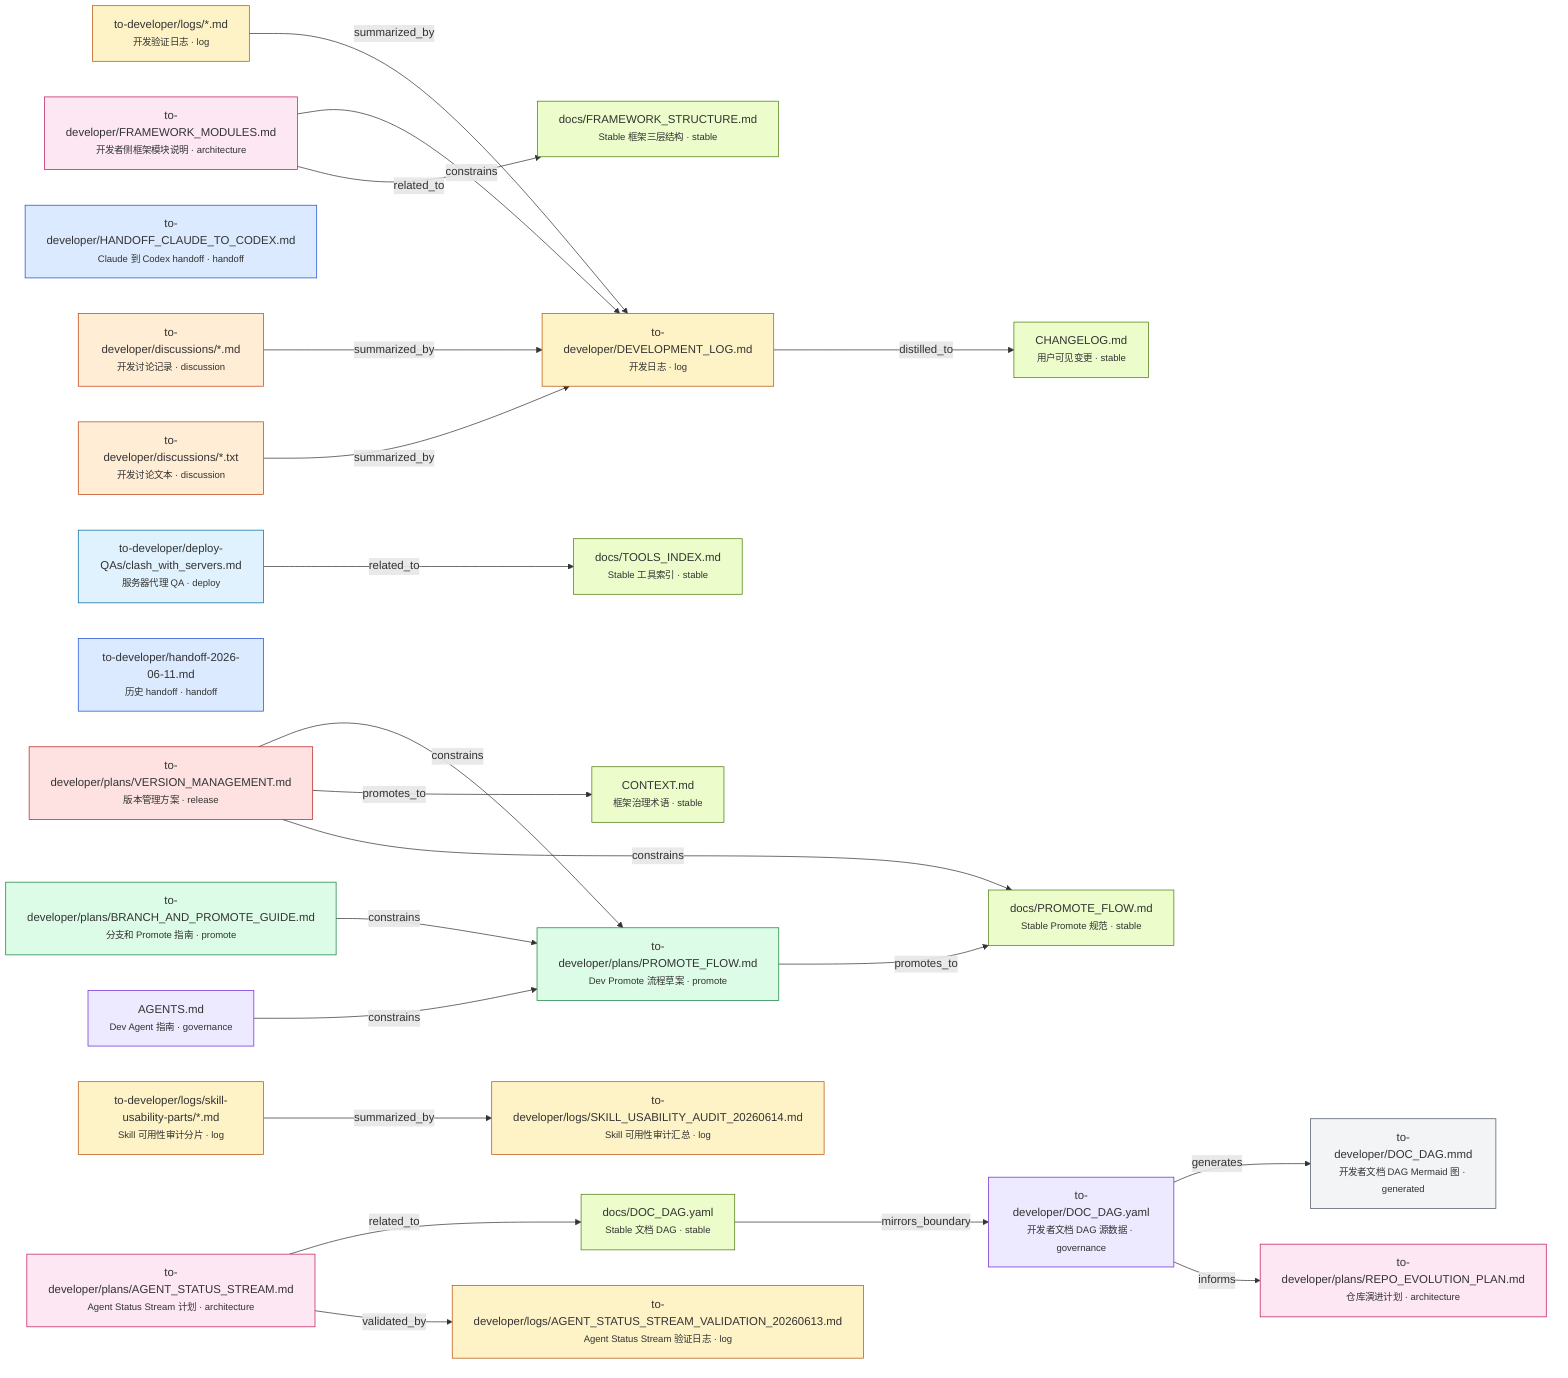
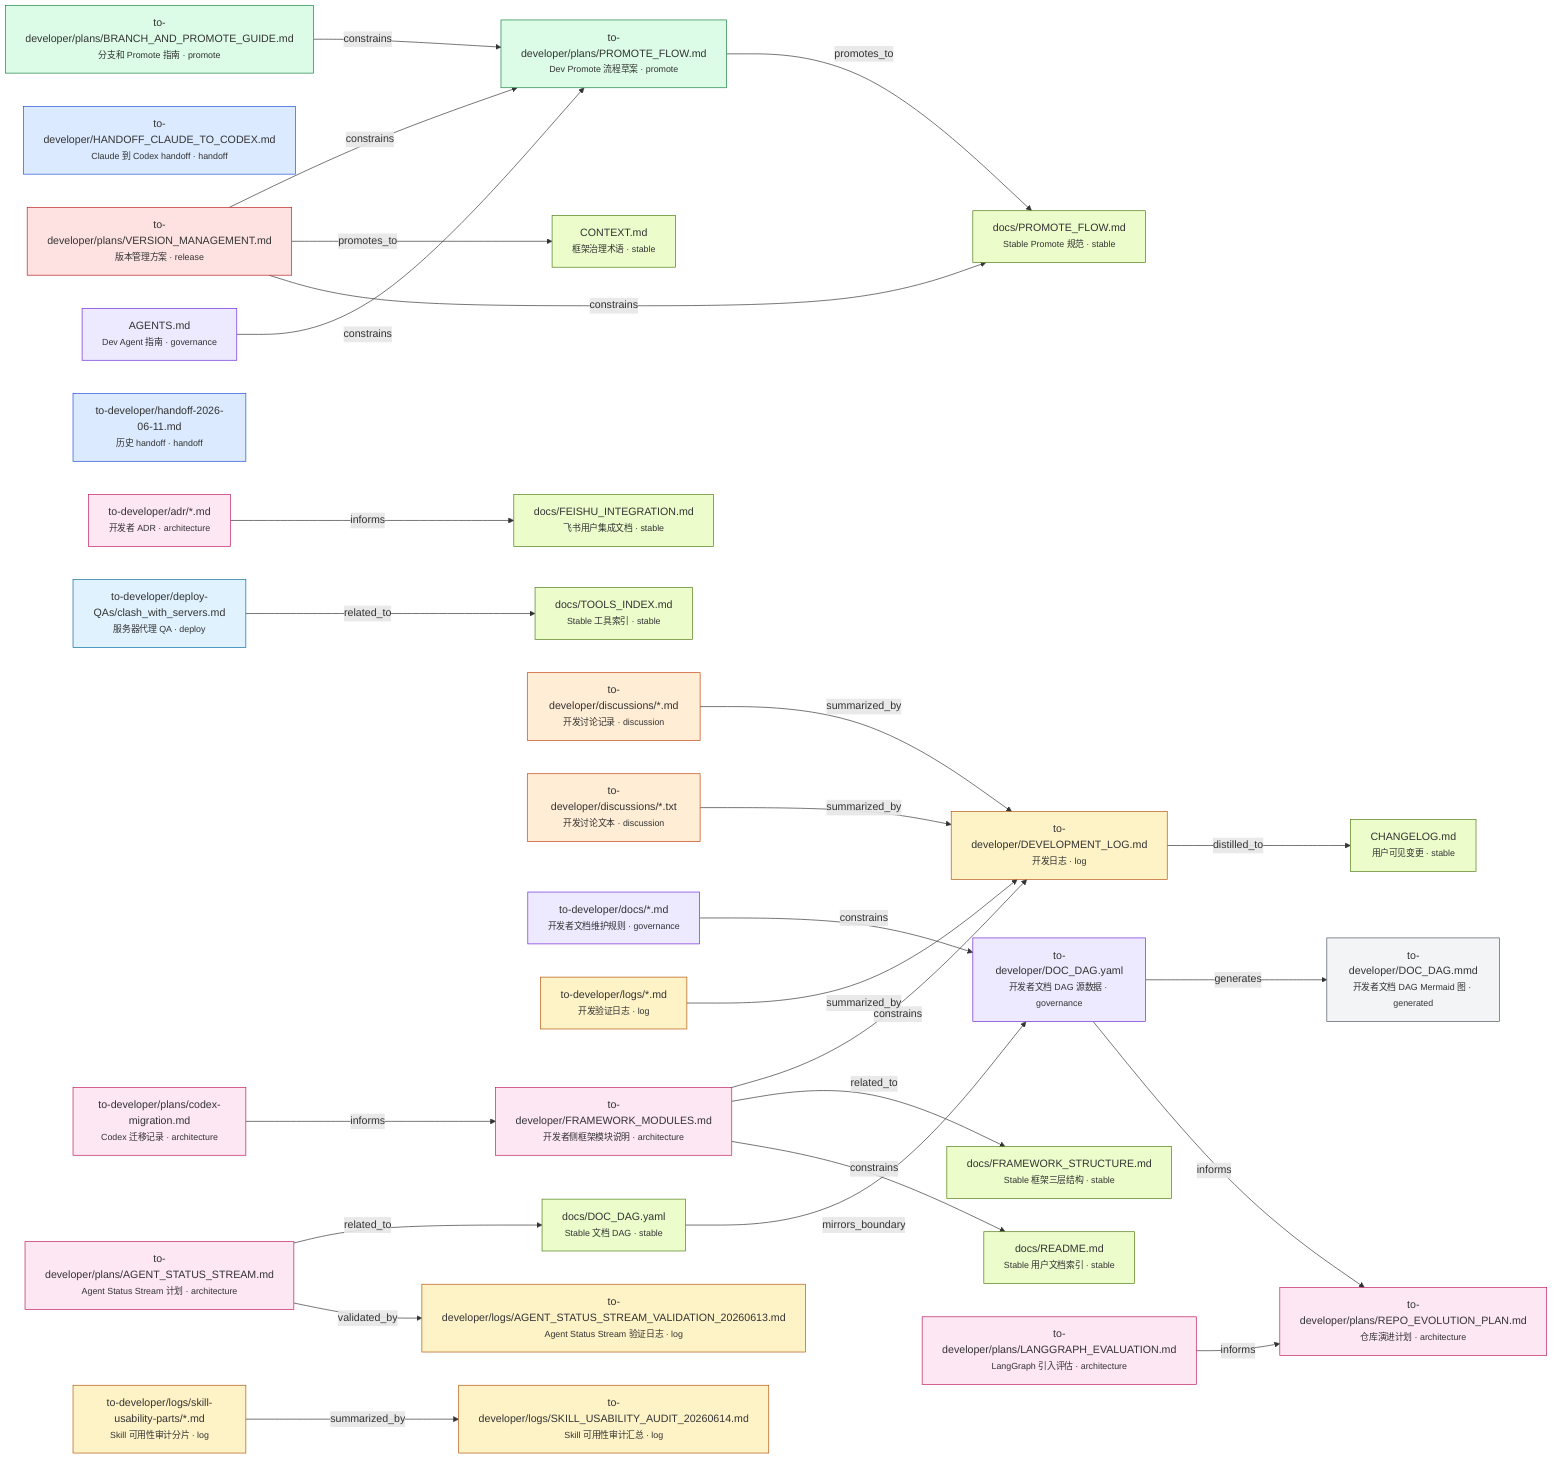
graph LR
    %% Generated from to-developer/DOC_DAG.yaml by tools/update_developer_docs.py
    AGENTS_md["AGENTS.md<br/><small>Dev Agent 指南 · governance</small>"]
    CHANGELOG_md["CHANGELOG.md<br/><small>用户可见变更 · stable</small>"]
    CONTEXT_md["CONTEXT.md<br/><small>框架治理术语 · stable</small>"]
    docs_DOC_DAG_yaml["docs/DOC_DAG.yaml<br/><small>Stable 文档 DAG · stable</small>"]
+     docs_FEISHU_INTEGRATION_md["docs/FEISHU_INTEGRATION.md<br/><small>飞书用户集成文档 · stable</small>"]
    docs_FRAMEWORK_STRUCTURE_md["docs/FRAMEWORK_STRUCTURE.md<br/><small>Stable 框架三层结构 · stable</small>"]
    docs_PROMOTE_FLOW_md["docs/PROMOTE_FLOW.md<br/><small>Stable Promote 规范 · stable</small>"]
+     docs_README_md["docs/README.md<br/><small>Stable 用户文档索引 · stable</small>"]
    docs_TOOLS_INDEX_md["docs/TOOLS_INDEX.md<br/><small>Stable 工具索引 · stable</small>"]
    to_developer_DEVELOPMENT_LOG_md["to-developer/DEVELOPMENT_LOG.md<br/><small>开发日志 · log</small>"]
    to_developer_DOC_DAG_mmd["to-developer/DOC_DAG.mmd<br/><small>开发者文档 DAG Mermaid 图 · generated</small>"]
    to_developer_DOC_DAG_yaml["to-developer/DOC_DAG.yaml<br/><small>开发者文档 DAG 源数据 · governance</small>"]
    to_developer_FRAMEWORK_MODULES_md["to-developer/FRAMEWORK_MODULES.md<br/><small>开发者侧框架模块说明 · architecture</small>"]
    to_developer_HANDOFF_CLAUDE_TO_CODEX_md["to-developer/HANDOFF_CLAUDE_TO_CODEX.md<br/><small>Claude 到 Codex handoff · handoff</small>"]
+     to_developer_adr___md["to-developer/adr/*.md<br/><small>开发者 ADR · architecture</small>"]
    to_developer_deploy_QAs_clash_with_servers_md["to-developer/deploy-QAs/clash_with_servers.md<br/><small>服务器代理 QA · deploy</small>"]
    to_developer_discussions___md["to-developer/discussions/*.md<br/><small>开发讨论记录 · discussion</small>"]
    to_developer_discussions___txt["to-developer/discussions/*.txt<br/><small>开发讨论文本 · discussion</small>"]
+     to_developer_docs___md["to-developer/docs/*.md<br/><small>开发者文档维护规则 · governance</small>"]
    to_developer_handoff_2026_06_11_md["to-developer/handoff-2026-06-11.md<br/><small>历史 handoff · handoff</small>"]
    to_developer_logs___md["to-developer/logs/*.md<br/><small>开发验证日志 · log</small>"]
    to_developer_logs_AGENT_STATUS_STREAM_VALIDATION_20260613_md["to-developer/logs/AGENT_STATUS_STREAM_VALIDATION_20260613.md<br/><small>Agent Status Stream 验证日志 · log</small>"]
    to_developer_logs_SKILL_USABILITY_AUDIT_20260614_md["to-developer/logs/SKILL_USABILITY_AUDIT_20260614.md<br/><small>Skill 可用性审计汇总 · log</small>"]
    to_developer_logs_skill_usability_parts___md["to-developer/logs/skill-usability-parts/*.md<br/><small>Skill 可用性审计分片 · log</small>"]
    to_developer_plans_AGENT_STATUS_STREAM_md["to-developer/plans/AGENT_STATUS_STREAM.md<br/><small>Agent Status Stream 计划 · architecture</small>"]
    to_developer_plans_BRANCH_AND_PROMOTE_GUIDE_md["to-developer/plans/BRANCH_AND_PROMOTE_GUIDE.md<br/><small>分支和 Promote 指南 · promote</small>"]
+     to_developer_plans_LANGGRAPH_EVALUATION_md["to-developer/plans/LANGGRAPH_EVALUATION.md<br/><small>LangGraph 引入评估 · architecture</small>"]
    to_developer_plans_PROMOTE_FLOW_md["to-developer/plans/PROMOTE_FLOW.md<br/><small>Dev Promote 流程草案 · promote</small>"]
    to_developer_plans_REPO_EVOLUTION_PLAN_md["to-developer/plans/REPO_EVOLUTION_PLAN.md<br/><small>仓库演进计划 · architecture</small>"]
    to_developer_plans_VERSION_MANAGEMENT_md["to-developer/plans/VERSION_MANAGEMENT.md<br/><small>版本管理方案 · release</small>"]
+     to_developer_plans_codex_migration_md["to-developer/plans/codex-migration.md<br/><small>Codex 迁移记录 · architecture</small>"]

    to_developer_DOC_DAG_yaml -- "generates" --> to_developer_DOC_DAG_mmd
    to_developer_DOC_DAG_yaml -- "informs" --> to_developer_plans_REPO_EVOLUTION_PLAN_md
    to_developer_FRAMEWORK_MODULES_md -- "constrains" --> to_developer_DEVELOPMENT_LOG_md
    to_developer_FRAMEWORK_MODULES_md -- "related_to" --> docs_FRAMEWORK_STRUCTURE_md
+     to_developer_FRAMEWORK_MODULES_md -- "constrains" --> docs_README_md
+     to_developer_docs___md -- "constrains" --> to_developer_DOC_DAG_yaml
    to_developer_plans_BRANCH_AND_PROMOTE_GUIDE_md -- "constrains" --> to_developer_plans_PROMOTE_FLOW_md
    to_developer_plans_VERSION_MANAGEMENT_md -- "constrains" --> to_developer_plans_PROMOTE_FLOW_md
    to_developer_plans_PROMOTE_FLOW_md -- "promotes_to" --> docs_PROMOTE_FLOW_md
    to_developer_plans_VERSION_MANAGEMENT_md -- "promotes_to" --> CONTEXT_md
    to_developer_plans_VERSION_MANAGEMENT_md -- "constrains" --> docs_PROMOTE_FLOW_md
    to_developer_plans_AGENT_STATUS_STREAM_md -- "related_to" --> docs_DOC_DAG_yaml
    to_developer_plans_AGENT_STATUS_STREAM_md -- "validated_by" --> to_developer_logs_AGENT_STATUS_STREAM_VALIDATION_20260613_md
+     to_developer_plans_LANGGRAPH_EVALUATION_md -- "informs" --> to_developer_plans_REPO_EVOLUTION_PLAN_md
+     to_developer_plans_codex_migration_md -- "informs" --> to_developer_FRAMEWORK_MODULES_md
+     to_developer_adr___md -- "informs" --> docs_FEISHU_INTEGRATION_md
    to_developer_logs___md -- "summarized_by" --> to_developer_DEVELOPMENT_LOG_md
    to_developer_logs_skill_usability_parts___md -- "summarized_by" --> to_developer_logs_SKILL_USABILITY_AUDIT_20260614_md
    to_developer_DEVELOPMENT_LOG_md -- "distilled_to" --> CHANGELOG_md
    to_developer_discussions___md -- "summarized_by" --> to_developer_DEVELOPMENT_LOG_md
    to_developer_discussions___txt -- "summarized_by" --> to_developer_DEVELOPMENT_LOG_md
    to_developer_deploy_QAs_clash_with_servers_md -- "related_to" --> docs_TOOLS_INDEX_md
    AGENTS_md -- "constrains" --> to_developer_plans_PROMOTE_FLOW_md
    docs_DOC_DAG_yaml -- "mirrors_boundary" --> to_developer_DOC_DAG_yaml

    classDef governance fill:#ede9fe,stroke:#6d28d9
    classDef generated fill:#f3f4f6,stroke:#4b5563
    classDef log fill:#fef3c7,stroke:#b45309
    classDef handoff fill:#dbeafe,stroke:#1d4ed8
    classDef promote fill:#dcfce7,stroke:#15803d
    classDef release fill:#fee2e2,stroke:#b91c1c
    classDef architecture fill:#fce7f3,stroke:#be185d
    classDef deploy fill:#e0f2fe,stroke:#0369a1
    classDef discussion fill:#ffedd5,stroke:#c2410c
    classDef stable fill:#ecfccb,stroke:#4d7c0f
-     class to_developer_FRAMEWORK_MODULES_md,to_developer_plans_AGENT_STATUS_STREAM_md,to_developer_plans_REPO_EVOLUTION_PLAN_md architecture
+     class to_developer_FRAMEWORK_MODULES_md,to_developer_adr___md,to_developer_plans_AGENT_STATUS_STREAM_md,to_developer_plans_LANGGRAPH_EVALUATION_md,to_developer_plans_REPO_EVOLUTION_PLAN_md,to_developer_plans_codex_migration_md architecture
    class to_developer_deploy_QAs_clash_with_servers_md deploy
    class to_developer_discussions___md,to_developer_discussions___txt discussion
    class to_developer_DOC_DAG_mmd generated
-     class AGENTS_md,to_developer_DOC_DAG_yaml governance
+     class AGENTS_md,to_developer_DOC_DAG_yaml,to_developer_docs___md governance
    class to_developer_HANDOFF_CLAUDE_TO_CODEX_md,to_developer_handoff_2026_06_11_md handoff
    class to_developer_DEVELOPMENT_LOG_md,to_developer_logs_AGENT_STATUS_STREAM_VALIDATION_20260613_md,to_developer_logs_SKILL_USABILITY_AUDIT_20260614_md,to_developer_logs___md,to_developer_logs_skill_usability_parts___md log
    class to_developer_plans_BRANCH_AND_PROMOTE_GUIDE_md,to_developer_plans_PROMOTE_FLOW_md promote
    class to_developer_plans_VERSION_MANAGEMENT_md release
-     class CHANGELOG_md,CONTEXT_md,docs_DOC_DAG_yaml,docs_FRAMEWORK_STRUCTURE_md,docs_PROMOTE_FLOW_md,docs_TOOLS_INDEX_md stable
+     class CHANGELOG_md,CONTEXT_md,docs_DOC_DAG_yaml,docs_FEISHU_INTEGRATION_md,docs_FRAMEWORK_STRUCTURE_md,docs_PROMOTE_FLOW_md,docs_README_md,docs_TOOLS_INDEX_md stable
